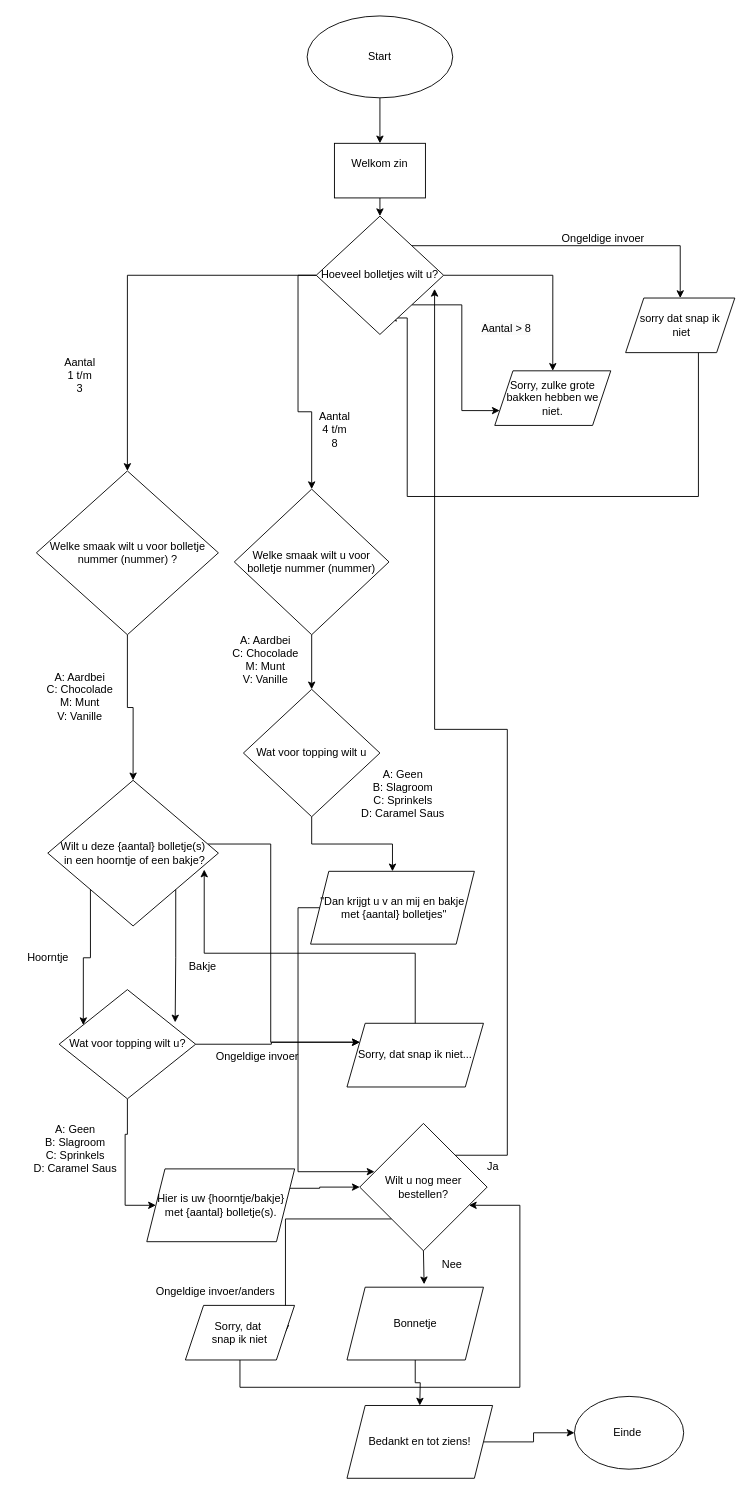
This is Module 3/Proef/ijssalon/flowchartijs.drawio from mustafadrr32/leren-programmeren, a draw.io file, before an edit. Source tidied: cells renumbered, new cells numbered last; positions are measured from the earlier drawing's top-left corner, leaving out a move shared by most shapes. Both pictures are drawn from the tidied source at 91%, with x=0, y=0 at pixel (15, 15).
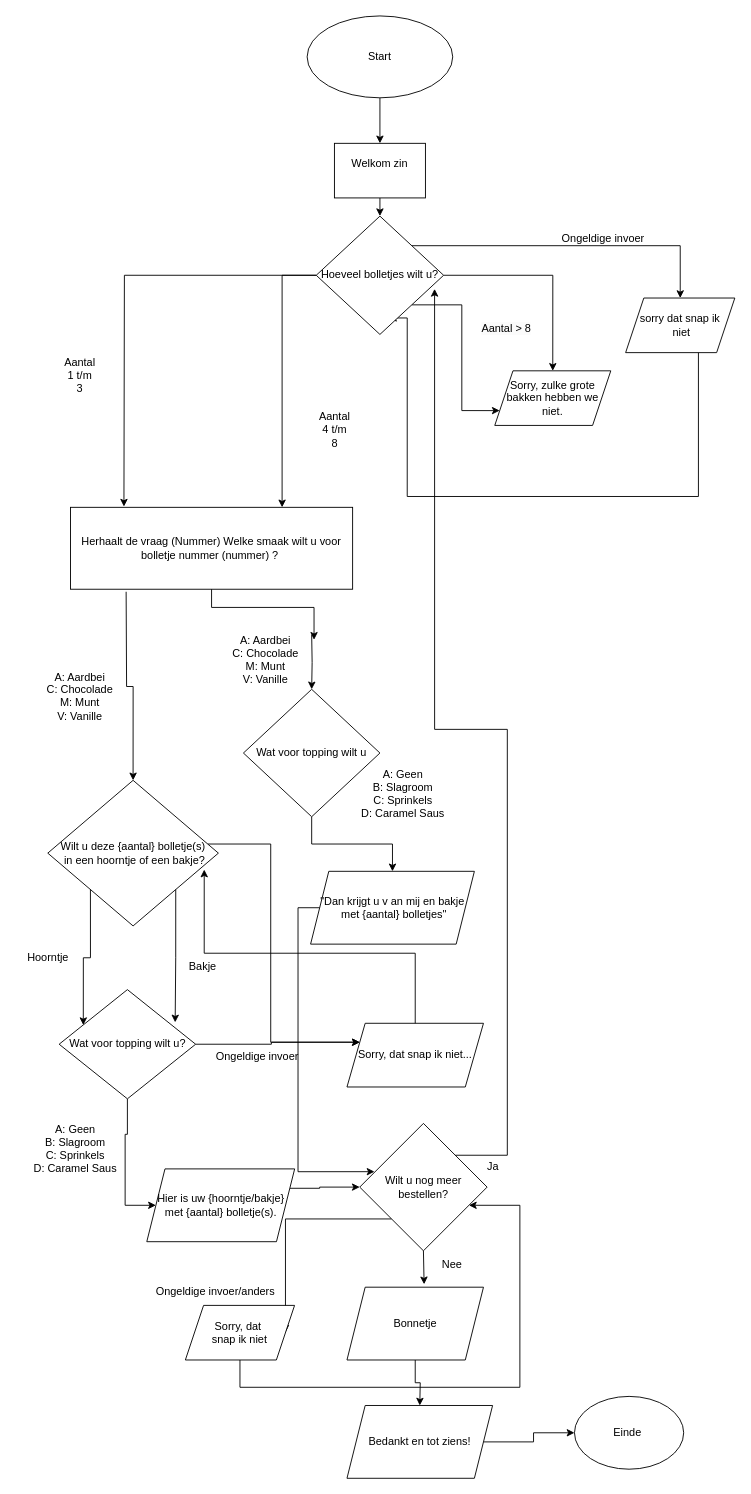
The same diagram, later.

The change refers to these unchanged cells:
```xml
<mxCell id="15" value="&lt;div&gt;&lt;span style=&quot;background-color: initial;&quot;&gt;Hoeveel bolletjes wilt u?&lt;/span&gt;&lt;br&gt;&lt;/div&gt;" style="rhombus;whiteSpace=wrap;html=1;" parent="1" vertex="1">
  <mxGeometry x="330" y="220" width="140" height="130" as="geometry" />
</mxCell>
<mxCell id="21" value="Wilt u deze {aantal} bolletje(s)&lt;div&gt;&amp;nbsp;in een hoorntje&lt;span style=&quot;background-color: initial;&quot;&gt;&amp;nbsp;of een bakje?&lt;/span&gt;&lt;/div&gt;" style="rhombus;whiteSpace=wrap;html=1;" parent="1" vertex="1">
  <mxGeometry x="35" y="840" width="187.5" height="160" as="geometry" />
</mxCell>
<mxCell id="54" value="Wat voor topping wilt u" style="rhombus;whiteSpace=wrap;html=1;" parent="1" vertex="1">
  <mxGeometry x="250" y="740" width="150" height="140" as="geometry" />
</mxCell>
<mxCell id="56" value="A: Aardbei&lt;div&gt;C: Chocolade&lt;/div&gt;&lt;div&gt;M: Munt&lt;br&gt;&lt;/div&gt;&lt;div&gt;V: Vanille&lt;/div&gt;&lt;div&gt;&lt;br&gt;&lt;/div&gt;" style="text;html=1;align=center;verticalAlign=middle;points=[];strokeColor=none;fillColor=none;" parent="1" vertex="1">
  <mxGeometry x="223.8" y="670" width="100" height="90" as="geometry" />
</mxCell>
```

What changed in the source:
```diff
@@
-    <mxCell id="13" style="edgeStyle=orthogonalEdgeStyle;rounded=0;jettySize=auto;html=1;exitX=0;exitY=0.5;exitDx=0;exitDy=0;" parent="1" edge="1" source="15" target="24">
-      <mxGeometry relative="1" as="geometry" />
+    <mxCell id="13" style="edgeStyle=orthogonalEdgeStyle;rounded=0;jettySize=auto;html=1;exitX=0;exitY=0.5;exitDx=0;exitDy=0;entryX=0.617;entryY=-0.009;entryDx=0;entryDy=0;entryPerimeter=0;" parent="1" edge="1" source="15">
+      <mxGeometry relative="1" as="geometry">
+        <mxPoint x="118.7" y="539.2" as="targetPoint" />
+      </mxGeometry>
     </mxCell>
-    <mxCell id="14" style="edgeStyle=orthogonalEdgeStyle;rounded=0;jettySize=auto;html=1;exitX=0;exitY=0.5;exitDx=0;exitDy=0;entryX=0.5;entryY=0;entryDx=0;entryDy=0;" parent="1" edge="1" source="15" target="26">
+    <mxCell id="14" style="edgeStyle=orthogonalEdgeStyle;rounded=0;jettySize=auto;html=1;exitX=0;exitY=0.5;exitDx=0;exitDy=0;entryX=0.75;entryY=0;entryDx=0;entryDy=0;" parent="1" edge="1" source="15" target="59">
       <mxGeometry relative="1" as="geometry" />
     </mxCell>
@@
-    <mxCell id="23" style="edgeStyle=orthogonalEdgeStyle;rounded=0;jettySize=auto;html=1;exitX=0.5;exitY=1;exitDx=0;exitDy=0;entryX=0.5;entryY=0;entryDx=0;entryDy=0;" parent="1" edge="1" source="24" target="21">
-      <mxGeometry relative="1" as="geometry" />
+    <mxCell id="23" style="edgeStyle=orthogonalEdgeStyle;rounded=0;jettySize=auto;html=1;entryX=0.5;entryY=0;entryDx=0;entryDy=0;exitX=0.632;exitY=1.031;exitDx=0;exitDy=0;exitPerimeter=0;" parent="1" edge="1" target="21">
+      <mxGeometry relative="1" as="geometry">
+        <mxPoint x="121.1" y="632.8" as="sourcePoint" />
+      </mxGeometry>
     </mxCell>
-    <mxCell id="24" value="Welke smaak wilt u voor bolletje nummer (nummer) ?" style="rhombus;whiteSpace=wrap;html=1;" parent="1" vertex="1">
-      <mxGeometry x="22.5" y="500" width="200" height="180" as="geometry" />
-    </mxCell>
-    <mxCell id="25" style="edgeStyle=orthogonalEdgeStyle;rounded=0;jettySize=auto;html=1;exitX=0.5;exitY=1;exitDx=0;exitDy=0;entryX=0.5;entryY=0;entryDx=0;entryDy=0;" parent="1" edge="1" source="26" target="54">
-      <mxGeometry relative="1" as="geometry" />
+    <mxCell id="25" style="edgeStyle=orthogonalEdgeStyle;rounded=0;jettySize=auto;html=1;exitX=0.5;exitY=1;exitDx=0;exitDy=0;entryX=0.5;entryY=0;entryDx=0;entryDy=0;" parent="1" edge="1" target="54">
+      <mxGeometry relative="1" as="geometry">
+        <mxPoint x="325" y="680" as="sourcePoint" />
+      </mxGeometry>
     </mxCell>
-    <mxCell id="26" value="Welke smaak wilt u voor bolletje nummer (nummer)" style="rhombus;whiteSpace=wrap;html=1;" parent="1" vertex="1">
-      <mxGeometry x="240" y="520" width="170" height="160" as="geometry" />
-    </mxCell>
@@
+    <mxCell id="59" value="Herhaalt de vraag (Nummer) Welke smaak wilt u voor bolletje nummer (nummer) ?&amp;nbsp;" style="rounded=0;whiteSpace=wrap;html=1;" parent="1" vertex="1">
+      <mxGeometry x="60" y="540" width="310" height="90" as="geometry" />
+    </mxCell>
+    <mxCell id="60" style="edgeStyle=orthogonalEdgeStyle;rounded=0;jettySize=auto;html=1;entryX=1.038;entryY=0.173;entryDx=0;entryDy=0;entryPerimeter=0;" parent="1" edge="1" source="59" target="56">
+      <mxGeometry relative="1" as="geometry" />
+    </mxCell>
```
